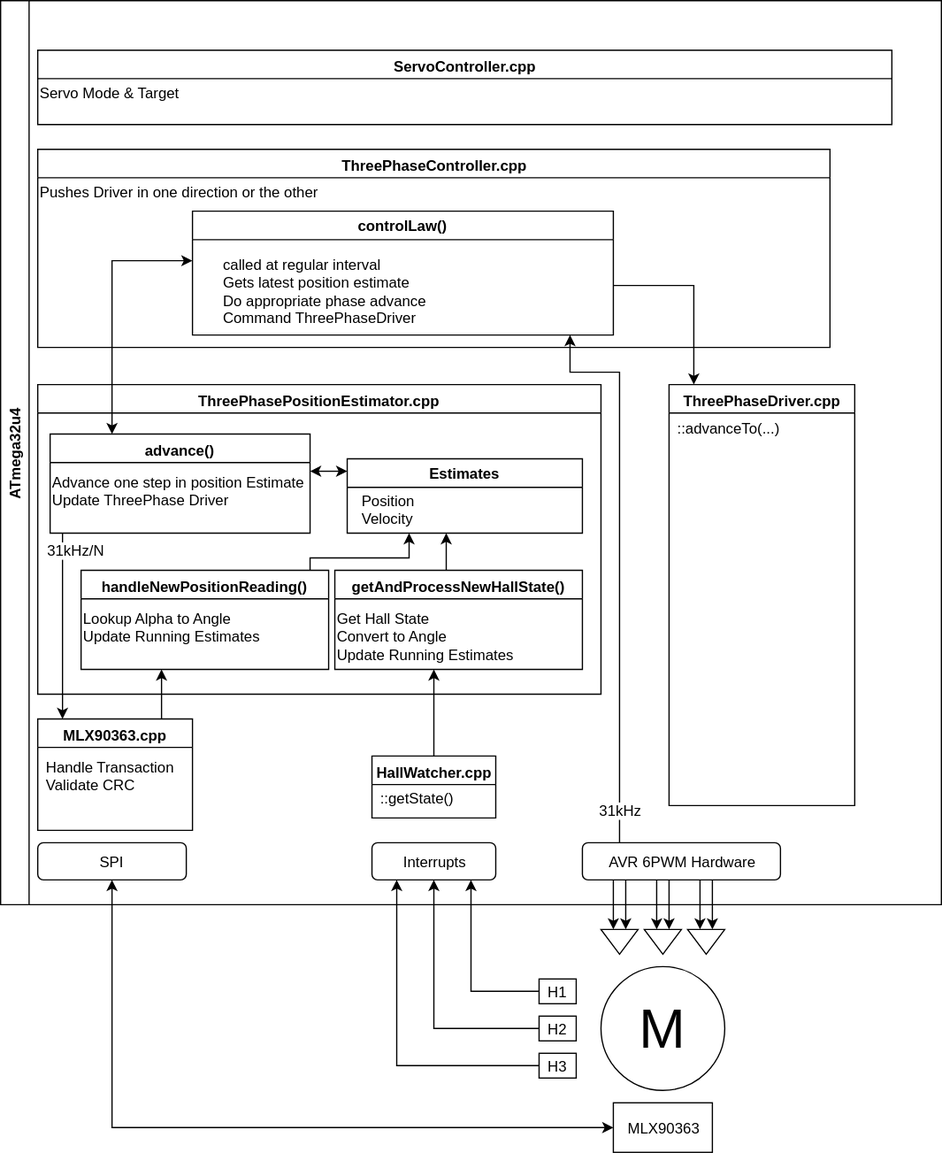
cinderblock/3-Phase-Controller keeps this draw.io diagram as docs/Software Map.svg. Above is the earlier version. Source tidied: cells renumbered, new cells last; positions are measured from the earlier drawing's top-left corner, leaving out a move shared by most shapes.
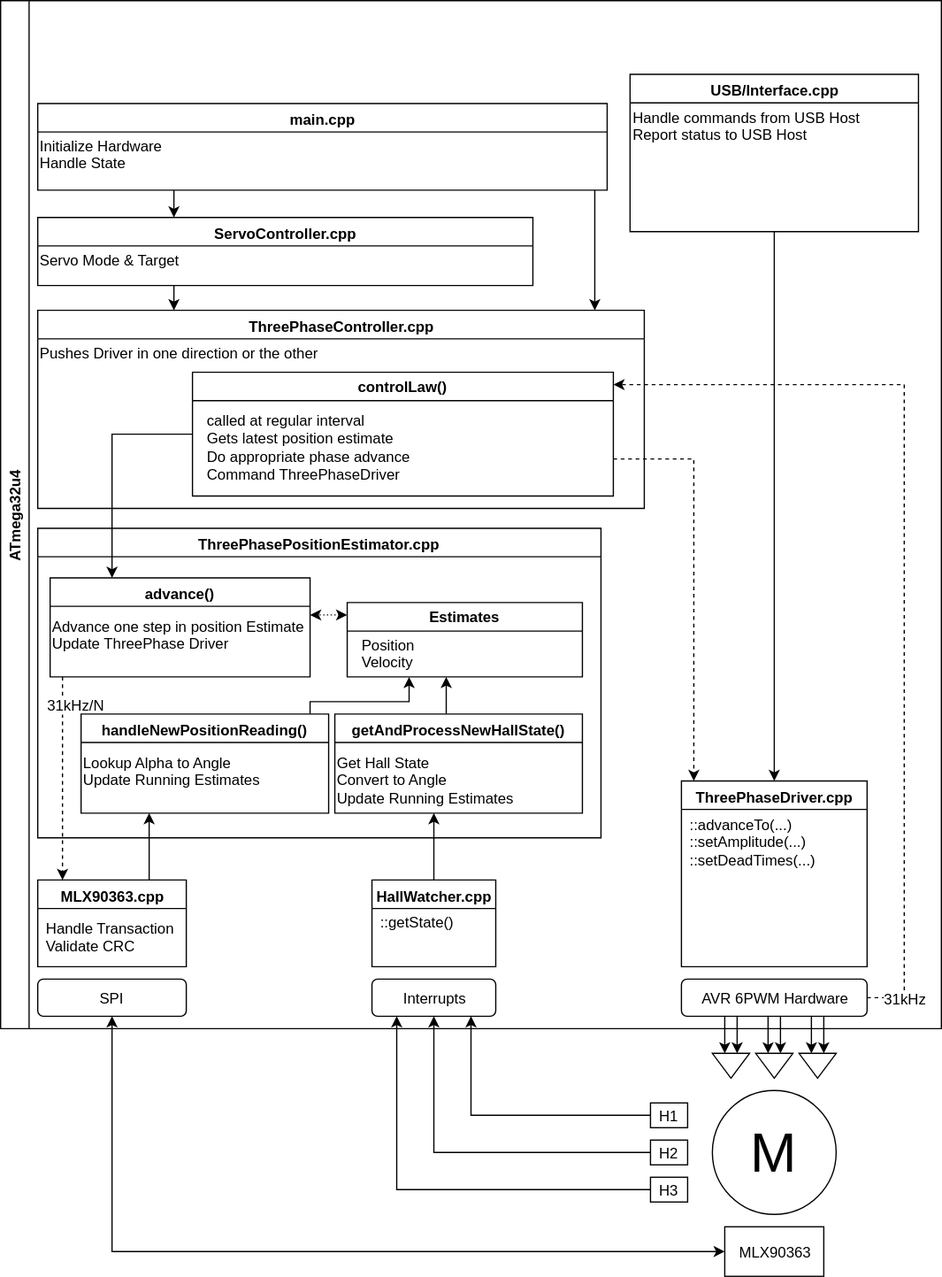
After the commit.

Commit message:
Update software map

Change to the diagram source:
```diff
@@ -3,46 +3,46 @@
     <mxCell id="0" />
     <mxCell id="1" parent="0" />
     <mxCell id="2" value="ATmega32u4" style="swimlane;direction=east;horizontal=0;" parent="1" vertex="1">
-      <mxGeometry width="760" height="730" as="geometry" />
+      <mxGeometry x="-90" y="-100" width="760" height="830" as="geometry" />
     </mxCell>
-    <mxCell id="3" style="edgeStyle=orthogonalEdgeStyle;rounded=0;html=1;startArrow=none;startFill=0;endArrow=classic;endFill=1;endSize=6;jettySize=auto;strokeWidth=1;" parent="2" edge="1" source="5" target="32">
+    <mxCell id="3" style="edgeStyle=orthogonalEdgeStyle;rounded=0;html=1;startArrow=none;startFill=0;endArrow=classic;endFill=1;endSize=6;jettySize=auto;strokeWidth=1;dashed=1;" parent="2" edge="1" source="5" target="32">
       <mxGeometry relative="1" as="geometry">
         <Array as="points">
-          <mxPoint x="500" y="300" />
-          <mxPoint x="460" y="300" />
+          <mxPoint x="730" y="805" />
+          <mxPoint x="730" y="310" />
         </Array>
       </mxGeometry>
     </mxCell>
     <mxCell id="4" value="31kHz" style="text;html=1;align=center;verticalAlign=middle;labelBackgroundColor=#ffffff;" parent="3" vertex="1">
       <mxGeometry x="0.14" y="-15" relative="1" as="geometry">
-        <mxPoint x="-15" y="230" as="offset" />
+        <mxPoint x="-15" y="404" as="offset" />
       </mxGeometry>
     </mxCell>
     <mxCell id="5" value="AVR 6PWM Hardware" style="rounded=1;whiteSpace=wrap;html=1;" parent="2" vertex="1">
-      <mxGeometry x="470" y="680" width="160" height="30" as="geometry" />
+      <mxGeometry x="550" y="790" width="150" height="30" as="geometry" />
     </mxCell>
     <mxCell id="6" value="Interrupts" style="rounded=1;whiteSpace=wrap;html=1;fontFamily=Helvetica;fontSize=12;fontColor=#000000;align=center;strokeColor=#000000;fillColor=#ffffff;" parent="2" vertex="1">
-      <mxGeometry x="300" y="680" width="100" height="30" as="geometry" />
+      <mxGeometry x="300" y="790" width="100" height="30" as="geometry" />
     </mxCell>
     <mxCell id="7" value="SPI" style="rounded=1;whiteSpace=wrap;html=1;fontFamily=Helvetica;fontSize=12;fontColor=#000000;align=center;strokeColor=#000000;fillColor=#ffffff;" parent="2" vertex="1">
-      <mxGeometry x="30" y="680" width="120" height="30" as="geometry" />
+      <mxGeometry x="30" y="790" width="120" height="30" as="geometry" />
     </mxCell>
     <mxCell id="8" value="ThreePhaseDriver.cpp" style="swimlane;fontFamily=Helvetica;fontSize=12;fontColor=#000000;align=center;strokeColor=#000000;fillColor=#ffffff;html=1;" parent="2" vertex="1">
-      <mxGeometry x="540" y="310" width="150" height="340" as="geometry" />
+      <mxGeometry x="550" y="630" width="150" height="150" as="geometry" />
     </mxCell>
-    <mxCell id="9" value="&lt;span&gt;::advanceTo(...)&lt;/span&gt;" style="text;html=1;align=left;verticalAlign=top;spacingTop=-4;" parent="8" vertex="1">
-      <mxGeometry x="5" y="26" width="100" height="20" as="geometry" />
+    <mxCell id="9" value="&lt;span&gt;::advanceTo(...)&lt;br&gt;::setAmplitude(...)&lt;br&gt;::setDeadTimes(...)&lt;br&gt;&lt;/span&gt;" style="text;html=1;align=left;verticalAlign=top;spacingTop=-4;" parent="8" vertex="1">
+      <mxGeometry x="5" y="26" width="120" height="40" as="geometry" />
     </mxCell>
     <mxCell id="10" style="edgeStyle=orthogonalEdgeStyle;rounded=0;html=1;startArrow=none;startFill=0;endArrow=classic;endFill=1;endSize=6;jettySize=auto;strokeWidth=1;" parent="2" edge="1" source="11" target="23">
       <mxGeometry relative="1" as="geometry">
         <Array as="points">
-          <mxPoint x="370" y="510" />
-          <mxPoint x="370" y="510" />
+          <mxPoint x="380" y="650" />
+          <mxPoint x="380" y="650" />
         </Array>
       </mxGeometry>
     </mxCell>
     <mxCell id="11" value="HallWatcher.cpp" style="swimlane;fontFamily=Helvetica;fontSize=12;fontColor=#000000;align=center;strokeColor=#000000;fillColor=#ffffff;html=1;" parent="2" vertex="1">
-      <mxGeometry x="300" y="610" width="100" height="50" as="geometry" />
+      <mxGeometry x="300" y="710" width="100" height="70" as="geometry" />
     </mxCell>
     <mxCell id="12" value="&lt;span&gt;::getState()&lt;/span&gt;" style="text;html=1;align=left;verticalAlign=top;spacingTop=-4;" parent="11" vertex="1">
       <mxGeometry x="5" y="25" width="70" height="20" as="geometry" />
@@ -50,22 +50,22 @@
     <mxCell id="13" style="edgeStyle=orthogonalEdgeStyle;rounded=0;html=1;startArrow=none;startFill=0;endArrow=classic;endFill=1;endSize=6;jettySize=auto;strokeWidth=1;" parent="2" edge="1" source="14" target="20">
       <mxGeometry relative="1" as="geometry">
         <Array as="points">
-          <mxPoint x="130" y="560" />
-          <mxPoint x="130" y="560" />
+          <mxPoint x="120" y="690" />
+          <mxPoint x="120" y="690" />
         </Array>
       </mxGeometry>
     </mxCell>
     <mxCell id="14" value="MLX90363.cpp" style="swimlane;fontFamily=Helvetica;fontSize=12;fontColor=#000000;align=center;strokeColor=#000000;fillColor=#ffffff;html=1;" parent="2" vertex="1">
-      <mxGeometry x="30" y="580" width="125" height="90" as="geometry" />
+      <mxGeometry x="30" y="710" width="120" height="70" as="geometry" />
     </mxCell>
     <mxCell id="15" value="&lt;div&gt;Handle Transaction&lt;/div&gt;Validate CRC" style="text;html=1;align=left;verticalAlign=top;spacingTop=-4;" parent="14" vertex="1">
       <mxGeometry x="5" y="30" width="120" height="30" as="geometry" />
     </mxCell>
-    <mxCell id="16" style="edgeStyle=orthogonalEdgeStyle;rounded=0;html=1;startArrow=none;startFill=0;endArrow=classic;endFill=1;endSize=6;jettySize=auto;strokeWidth=1;" parent="2" edge="1" source="25" target="14">
+    <mxCell id="16" style="edgeStyle=orthogonalEdgeStyle;rounded=0;html=1;startArrow=none;startFill=0;endArrow=classic;endFill=1;endSize=6;jettySize=auto;strokeWidth=1;dashed=1;" parent="2" edge="1" source="25" target="14">
       <mxGeometry relative="1" as="geometry">
         <Array as="points">
-          <mxPoint x="50" y="500" />
-          <mxPoint x="50" y="500" />
+          <mxPoint x="50" y="640" />
+          <mxPoint x="50" y="640" />
         </Array>
       </mxGeometry>
     </mxCell>
@@ -75,7 +75,7 @@
       </mxGeometry>
     </mxCell>
     <mxCell id="18" value="ThreePhasePositionEstimator.cpp" style="swimlane;fontFamily=Helvetica;fontSize=12;fontColor=#000000;align=center;strokeColor=#000000;fillColor=#ffffff;html=1;" parent="2" vertex="1">
-      <mxGeometry x="30" y="310" width="455" height="250" as="geometry" />
+      <mxGeometry x="30" y="426" width="455" height="250" as="geometry" />
     </mxCell>
     <mxCell id="19" style="edgeStyle=orthogonalEdgeStyle;rounded=0;html=1;startArrow=none;startFill=0;endArrow=classic;endFill=1;endSize=6;jettySize=auto;strokeWidth=1;" parent="18" edge="1" source="20" target="28">
       <mxGeometry relative="1" as="geometry">
@@ -111,7 +111,7 @@
     <mxCell id="26" value="Advance one step in position Estimate&lt;div&gt;Update ThreePhase Driver&lt;/div&gt;" style="text;html=1;align=left;verticalAlign=top;spacingTop=-4;" parent="25" vertex="1">
       <mxGeometry y="30" width="220" height="30" as="geometry" />
     </mxCell>
-    <mxCell id="27" style="edgeStyle=orthogonalEdgeStyle;rounded=0;html=1;startArrow=classic;startFill=1;endArrow=classic;endFill=1;endSize=6;jettySize=auto;strokeWidth=1;" parent="18" edge="1" source="28" target="25">
+    <mxCell id="27" style="edgeStyle=orthogonalEdgeStyle;rounded=0;html=1;startArrow=classic;startFill=1;endArrow=classic;endFill=1;endSize=6;jettySize=auto;strokeWidth=1;dashed=1;dashPattern=1 2;" parent="18" edge="1" source="28" target="25">
       <mxGeometry relative="1" as="geometry">
         <Array as="points">
           <mxPoint x="240" y="70" />
@@ -126,7 +126,7 @@
       <mxGeometry x="10" y="25" width="60" height="30" as="geometry" />
     </mxCell>
     <mxCell id="30" value="ThreePhaseController.cpp" style="swimlane;fontFamily=Helvetica;fontSize=12;fontColor=#000000;align=center;strokeColor=#000000;fillColor=#ffffff;html=1;" parent="2" vertex="1">
-      <mxGeometry x="30" y="120" width="640" height="160" as="geometry" />
+      <mxGeometry x="30" y="250" width="490" height="160" as="geometry" />
     </mxCell>
     <mxCell id="31" value="&lt;div&gt;&lt;span&gt;Pushes Driver in one direction or the other&lt;/span&gt;&lt;br&gt;&lt;/div&gt;" style="text;html=1;align=left;verticalAlign=top;spacingTop=-4;" parent="30" vertex="1">
       <mxGeometry y="25" width="240" height="20" as="geometry" />
@@ -134,26 +134,73 @@
     <mxCell id="32" value="controlLaw()" style="swimlane;" parent="30" vertex="1">
       <mxGeometry x="125" y="50" width="340" height="100" as="geometry" />
     </mxCell>
+    <mxCell id="55" value="called at regular interval&lt;div&gt;Gets latest position estimate&lt;/div&gt;&lt;div&gt;Do appropriate phase advance&lt;/div&gt;&lt;div&gt;Command ThreePhaseDriver&lt;/div&gt;" style="text;html=1;align=left;verticalAlign=top;spacingTop=-4;" parent="32" vertex="1">
+      <mxGeometry x="10" y="30" width="180" height="60" as="geometry" />
+    </mxCell>
+    <mxCell id="56" style="edgeStyle=orthogonalEdgeStyle;rounded=0;html=1;startArrow=none;startFill=0;jettySize=auto;" parent="2" edge="1" source="33" target="30">
+      <mxGeometry relative="1" as="geometry">
+        <Array as="points">
+          <mxPoint x="140" y="240" />
+          <mxPoint x="140" y="240" />
+        </Array>
+      </mxGeometry>
+    </mxCell>
     <mxCell id="33" value="ServoController.cpp" style="swimlane;fontFamily=Helvetica;fontSize=12;fontColor=#000000;align=center;strokeColor=#000000;fillColor=#ffffff;html=1;" parent="2" vertex="1">
-      <mxGeometry x="30" y="40" width="690" height="60" as="geometry" />
+      <mxGeometry x="30" y="175" width="400" height="55" as="geometry" />
     </mxCell>
     <mxCell id="34" value="&lt;div&gt;&lt;span&gt;Servo Mode &amp;amp; Target&lt;/span&gt;&lt;br&gt;&lt;/div&gt;" style="text;html=1;align=left;verticalAlign=top;spacingTop=-4;" parent="33" vertex="1">
       <mxGeometry y="25" width="130" height="20" as="geometry" />
     </mxCell>
-    <mxCell id="35" style="edgeStyle=orthogonalEdgeStyle;rounded=0;html=1;startArrow=none;startFill=0;endArrow=classic;endFill=1;endSize=6;jettySize=auto;strokeWidth=1;" parent="2" edge="1" source="32" target="8">
+    <mxCell id="35" style="edgeStyle=orthogonalEdgeStyle;rounded=0;html=1;startArrow=none;startFill=0;endArrow=classic;endFill=1;endSize=6;jettySize=auto;strokeWidth=1;dashed=1;" parent="2" edge="1" source="32" target="8">
       <mxGeometry relative="1" as="geometry">
         <Array as="points">
-          <mxPoint x="560" y="230" />
+          <mxPoint x="560" y="370" />
         </Array>
       </mxGeometry>
     </mxCell>
-    <mxCell id="36" style="edgeStyle=orthogonalEdgeStyle;rounded=0;html=1;startArrow=classic;startFill=1;endArrow=classic;endFill=1;endSize=6;jettySize=auto;strokeWidth=1;" parent="2" edge="1" source="32" target="25">
+    <mxCell id="36" style="edgeStyle=orthogonalEdgeStyle;rounded=0;html=1;startArrow=none;startFill=0;endArrow=classic;endFill=1;endSize=6;jettySize=auto;strokeWidth=1;" parent="2" edge="1" source="32" target="25">
       <mxGeometry relative="1" as="geometry">
         <Array as="points">
-          <mxPoint x="90" y="210" />
+          <mxPoint x="90" y="350" />
         </Array>
       </mxGeometry>
     </mxCell>
+    <mxCell id="57" style="edgeStyle=orthogonalEdgeStyle;rounded=0;html=1;startArrow=none;startFill=0;jettySize=auto;" parent="2" edge="1" source="58" target="8">
+      <mxGeometry relative="1" as="geometry">
+        <Array as="points">
+          <mxPoint x="625" y="220" />
+          <mxPoint x="625" y="220" />
+        </Array>
+      </mxGeometry>
+    </mxCell>
+    <mxCell id="58" value="USB/Interface.cpp" style="swimlane;fontFamily=Helvetica;fontSize=12;fontColor=#000000;align=center;strokeColor=#000000;fillColor=#ffffff;html=1;" parent="2" vertex="1">
+      <mxGeometry x="508.5" y="59.5" width="233" height="127" as="geometry" />
+    </mxCell>
+    <mxCell id="59" value="&lt;div&gt;&lt;span&gt;Handle commands from USB Host&lt;/span&gt;&lt;br&gt;&lt;/div&gt;&lt;div&gt;&lt;span&gt;Report status to USB Host&lt;/span&gt;&lt;/div&gt;" style="text;html=1;align=left;verticalAlign=top;spacingTop=-4;" parent="58" vertex="1">
+      <mxGeometry y="25" width="200" height="30" as="geometry" />
+    </mxCell>
+    <mxCell id="60" style="edgeStyle=orthogonalEdgeStyle;rounded=0;html=1;startArrow=none;startFill=0;jettySize=auto;" parent="2" edge="1" source="62" target="33">
+      <mxGeometry relative="1" as="geometry">
+        <Array as="points">
+          <mxPoint x="140" y="170" />
+          <mxPoint x="140" y="170" />
+        </Array>
+      </mxGeometry>
+    </mxCell>
+    <mxCell id="61" style="edgeStyle=orthogonalEdgeStyle;rounded=0;html=1;startArrow=none;startFill=0;jettySize=auto;" parent="2" edge="1" source="62" target="30">
+      <mxGeometry relative="1" as="geometry">
+        <Array as="points">
+          <mxPoint x="480" y="190" />
+          <mxPoint x="480" y="190" />
+        </Array>
+      </mxGeometry>
+    </mxCell>
+    <mxCell id="62" value="main.cpp" style="swimlane;fontFamily=Helvetica;fontSize=12;fontColor=#000000;align=center;strokeColor=#000000;fillColor=#ffffff;html=1;" parent="2" vertex="1">
+      <mxGeometry x="30" y="83" width="460" height="70" as="geometry" />
+    </mxCell>
+    <mxCell id="63" value="&lt;div&gt;&lt;span&gt;Initialize Hardware&lt;/span&gt;&lt;br&gt;&lt;/div&gt;&lt;div&gt;&lt;span&gt;Handle State&lt;/span&gt;&lt;/div&gt;" style="text;html=1;align=left;verticalAlign=top;spacingTop=-4;" parent="62" vertex="1">
+      <mxGeometry y="25" width="110" height="30" as="geometry" />
+    </mxCell>
     <mxCell id="37" style="triangle;whiteSpace=wrap;html=1;direction=south;" parent="1" vertex="1">
       <mxGeometry x="485" y="750" width="30" height="20" as="geometry" />
     </mxCell>
@@ -172,21 +219,21 @@
     <mxCell id="42" style="edgeStyle=orthogonalEdgeStyle;rounded=0;html=1;startArrow=none;startFill=0;endArrow=classic;endFill=1;endSize=6;jettySize=auto;strokeWidth=1;" parent="1" edge="1" source="39" target="6">
       <mxGeometry relative="1" as="geometry">
         <Array as="points">
-          <mxPoint x="380" y="800" />
+          <mxPoint x="290" y="800" />
         </Array>
       </mxGeometry>
     </mxCell>
     <mxCell id="43" style="edgeStyle=orthogonalEdgeStyle;rounded=0;html=1;startArrow=none;startFill=0;endArrow=classic;endFill=1;endSize=6;jettySize=auto;strokeWidth=1;" parent="1" edge="1" source="40" target="6">
       <mxGeometry relative="1" as="geometry">
         <Array as="points">
-          <mxPoint x="350" y="830" />
+          <mxPoint x="260" y="830" />
         </Array>
       </mxGeometry>
     </mxCell>
     <mxCell id="44" style="edgeStyle=orthogonalEdgeStyle;rounded=0;html=1;startArrow=none;startFill=0;endArrow=classic;endFill=1;endSize=6;jettySize=auto;strokeWidth=1;" parent="1" edge="1" source="41" target="6">
       <mxGeometry relative="1" as="geometry">
         <Array as="points">
-          <mxPoint x="320" y="860" />
+          <mxPoint x="230" y="860" />
         </Array>
       </mxGeometry>
     </mxCell>
@@ -196,7 +243,7 @@
     <mxCell id="46" style="edgeStyle=orthogonalEdgeStyle;rounded=0;html=1;startArrow=classic;startFill=1;endArrow=classic;endFill=1;endSize=6;jettySize=auto;strokeWidth=1;" parent="1" edge="1" source="45" target="7">
       <mxGeometry relative="1" as="geometry">
         <Array as="points">
-          <mxPoint x="90" y="910" />
+          <mxPoint y="910" />
         </Array>
       </mxGeometry>
     </mxCell>
@@ -256,8 +303,5 @@
         </Array>
       </mxGeometry>
     </mxCell>
-    <mxCell id="55" value="called at regular interval&lt;div&gt;Gets latest position estimate&lt;/div&gt;&lt;div&gt;Do appropriate phase advance&lt;/div&gt;&lt;div&gt;Command ThreePhaseDriver&lt;/div&gt;" style="text;html=1;align=left;verticalAlign=top;spacingTop=-4;" parent="1" vertex="1">
-      <mxGeometry x="178" y="204" width="180" height="60" as="geometry" />
-    </mxCell>
   </root>
 </mxGraphModel>
```
